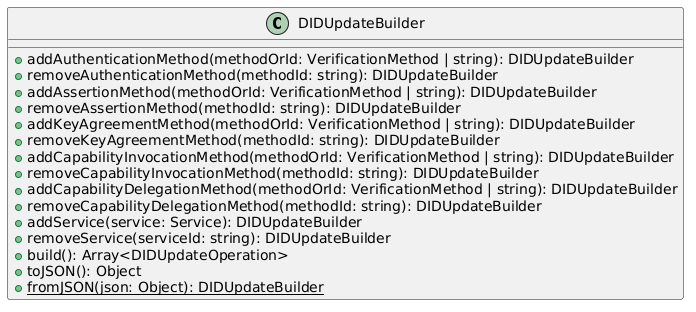
Above: docs/modules/ROOT/images/did-update-builder-class-diagram.png in Swiss-Digital-Assets-Institute/public-did-sdk-js (PlantUML), before the change. Source of this version:
```plantuml
@startuml
class DIDUpdateBuilder {
  + addAuthenticationMethod(methodOrId: VerificationMethod | string): DIDUpdateBuilder
  + removeAuthenticationMethod(methodId: string): DIDUpdateBuilder
  + addAssertionMethod(methodOrId: VerificationMethod | string): DIDUpdateBuilder
  + removeAssertionMethod(methodId: string): DIDUpdateBuilder
  + addKeyAgreementMethod(methodOrId: VerificationMethod | string): DIDUpdateBuilder
  + removeKeyAgreementMethod(methodId: string): DIDUpdateBuilder
  + addCapabilityInvocationMethod(methodOrId: VerificationMethod | string): DIDUpdateBuilder
  + removeCapabilityInvocationMethod(methodId: string): DIDUpdateBuilder
  + addCapabilityDelegationMethod(methodOrId: VerificationMethod | string): DIDUpdateBuilder
  + removeCapabilityDelegationMethod(methodId: string): DIDUpdateBuilder
  + addService(service: Service): DIDUpdateBuilder
  + removeService(serviceId: string): DIDUpdateBuilder
  + build(): Array<DIDUpdateOperation>
  + toJSON(): Object
  + {static} fromJSON(json: Object): DIDUpdateBuilder
}
@enduml
```
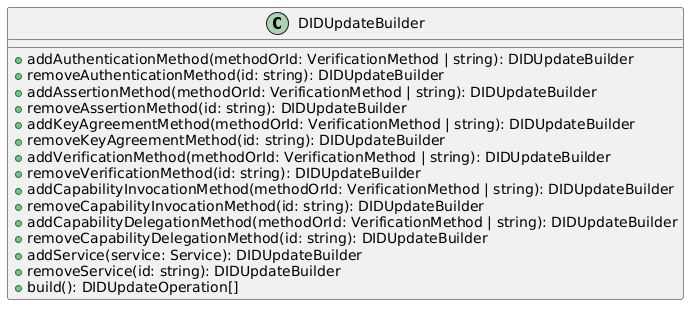
Later version of the same file.

Change to the diagram source:
```diff
@@ -1,19 +1,19 @@
 @startuml
 class DIDUpdateBuilder {
-  + addAuthenticationMethod(methodOrId: VerificationMethod | string): DIDUpdateBuilder
-  + removeAuthenticationMethod(methodId: string): DIDUpdateBuilder
-  + addAssertionMethod(methodOrId: VerificationMethod | string): DIDUpdateBuilder
-  + removeAssertionMethod(methodId: string): DIDUpdateBuilder
-  + addKeyAgreementMethod(methodOrId: VerificationMethod | string): DIDUpdateBuilder
-  + removeKeyAgreementMethod(methodId: string): DIDUpdateBuilder
-  + addCapabilityInvocationMethod(methodOrId: VerificationMethod | string): DIDUpdateBuilder
-  + removeCapabilityInvocationMethod(methodId: string): DIDUpdateBuilder
-  + addCapabilityDelegationMethod(methodOrId: VerificationMethod | string): DIDUpdateBuilder
-  + removeCapabilityDelegationMethod(methodId: string): DIDUpdateBuilder
-  + addService(service: Service): DIDUpdateBuilder
-  + removeService(serviceId: string): DIDUpdateBuilder
-  + build(): Array<DIDUpdateOperation>
-  + toJSON(): Object
-  + {static} fromJSON(json: Object): DIDUpdateBuilder
+  +addAuthenticationMethod(methodOrId: VerificationMethod | string): DIDUpdateBuilder
+  +removeAuthenticationMethod(id: string): DIDUpdateBuilder
+  +addAssertionMethod(methodOrId: VerificationMethod | string): DIDUpdateBuilder
+  +removeAssertionMethod(id: string): DIDUpdateBuilder
+  +addKeyAgreementMethod(methodOrId: VerificationMethod | string): DIDUpdateBuilder
+  +removeKeyAgreementMethod(id: string): DIDUpdateBuilder
+  +addVerificationMethod(methodOrId: VerificationMethod | string): DIDUpdateBuilder
+  +removeVerificationMethod(id: string): DIDUpdateBuilder
+  +addCapabilityInvocationMethod(methodOrId: VerificationMethod | string): DIDUpdateBuilder
+  +removeCapabilityInvocationMethod(id: string): DIDUpdateBuilder
+  +addCapabilityDelegationMethod(methodOrId: VerificationMethod | string): DIDUpdateBuilder
+  +removeCapabilityDelegationMethod(id: string): DIDUpdateBuilder
+  +addService(service: Service): DIDUpdateBuilder
+  +removeService(id: string): DIDUpdateBuilder
+  +build(): DIDUpdateOperation[]
 }
 @enduml
```
